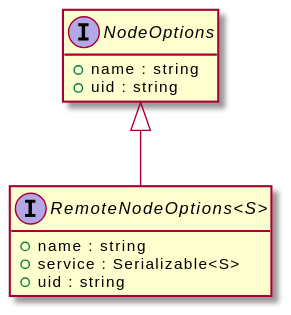
Before: assets/RemoteNodeOptions-umlClassDiagram-15803.svg, a diagram exported from PlantUML (OpenHPS/openhps-core).
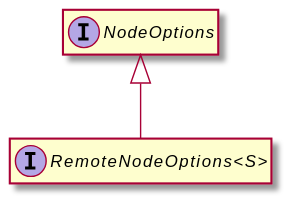
Later version of the same file.

The edit, as a diff of the source:
```diff
@@ -3,13 +3,8 @@
 hide empty methods
 hide empty fields
 interface "RemoteNodeOptions<S>" {
-    +name : string
-    +service : Serializable<S>
-    +uid : string
 }
 interface "NodeOptions" {
-    +name : string
-    +uid : string
 }
 "NodeOptions" <|-- "RemoteNodeOptions<S>"
 @enduml
```
